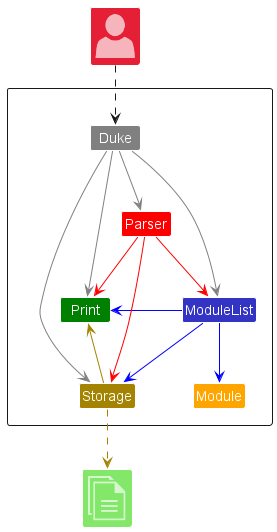
This is docs/diagrams/Architecture.png from saintzaw/tp, a PlantUML export, as it was before one commit. Its diagram source:
```plantuml
@startuml
!include <office/Concepts/globe_internet>
!include <office/Concepts/documents>
!include <office/Users/user>
!include style.puml

Package " "<<Rectangle>>{
    Class Print #green
    Class ModuleList LOGIC_COLOR
    Class Storage STORAGE_COLOR
    Class Parser #red
    Class Duke #grey /' We can keep this '/
    Class Module #orange
}
Class "<$user>" as User MODEL_COLOR_T2
Class "<$documents>" as File UI_COLOR_T1

ModuleList -left[#blue]-> Print
Parser -right[#red]-> Print
ModuleList -[#blue]-> Storage
Parser -[#red]-> ModuleList
Duke -[#grey]-> ModuleList
Duke -down[#grey]-> Storage
Duke -down[#grey]-> Parser
Duke -[#grey]-> Print
ModuleList -down[#blue]-> Module
Storage -[STORAGE_COLOR]-> Print
Parser -down[#red]-> Storage
Storage .[STORAGE_COLOR]->File
User .down-> Duke

@enduml
```
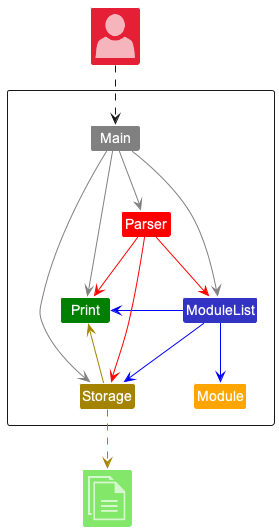
The same file after the commit.

What changed in the source:
```diff
@@ -1,4 +1,5 @@
 @startuml
+
 !include <office/Concepts/globe_internet>
 !include <office/Concepts/documents>
 !include <office/Users/user>
@@ -9,7 +10,7 @@
     Class ModuleList LOGIC_COLOR
     Class Storage STORAGE_COLOR
     Class Parser #red
-    Class Duke #grey /' We can keep this '/
+    Class Main #grey /' We can keep this '/
     Class Module #orange
 }
 Class "<$user>" as User MODEL_COLOR_T2
@@ -19,14 +20,14 @@
 Parser -right[#red]-> Print
 ModuleList -[#blue]-> Storage
 Parser -[#red]-> ModuleList
-Duke -[#grey]-> ModuleList
-Duke -down[#grey]-> Storage
-Duke -down[#grey]-> Parser
-Duke -[#grey]-> Print
+Main -[#grey]-> ModuleList
+Main -down[#grey]-> Storage
+Main -down[#grey]-> Parser
+Main -[#grey]-> Print
 ModuleList -down[#blue]-> Module
 Storage -[STORAGE_COLOR]-> Print
 Parser -down[#red]-> Storage
 Storage .[STORAGE_COLOR]->File
-User .down-> Duke
+User .down-> Main
 
 @enduml
```
